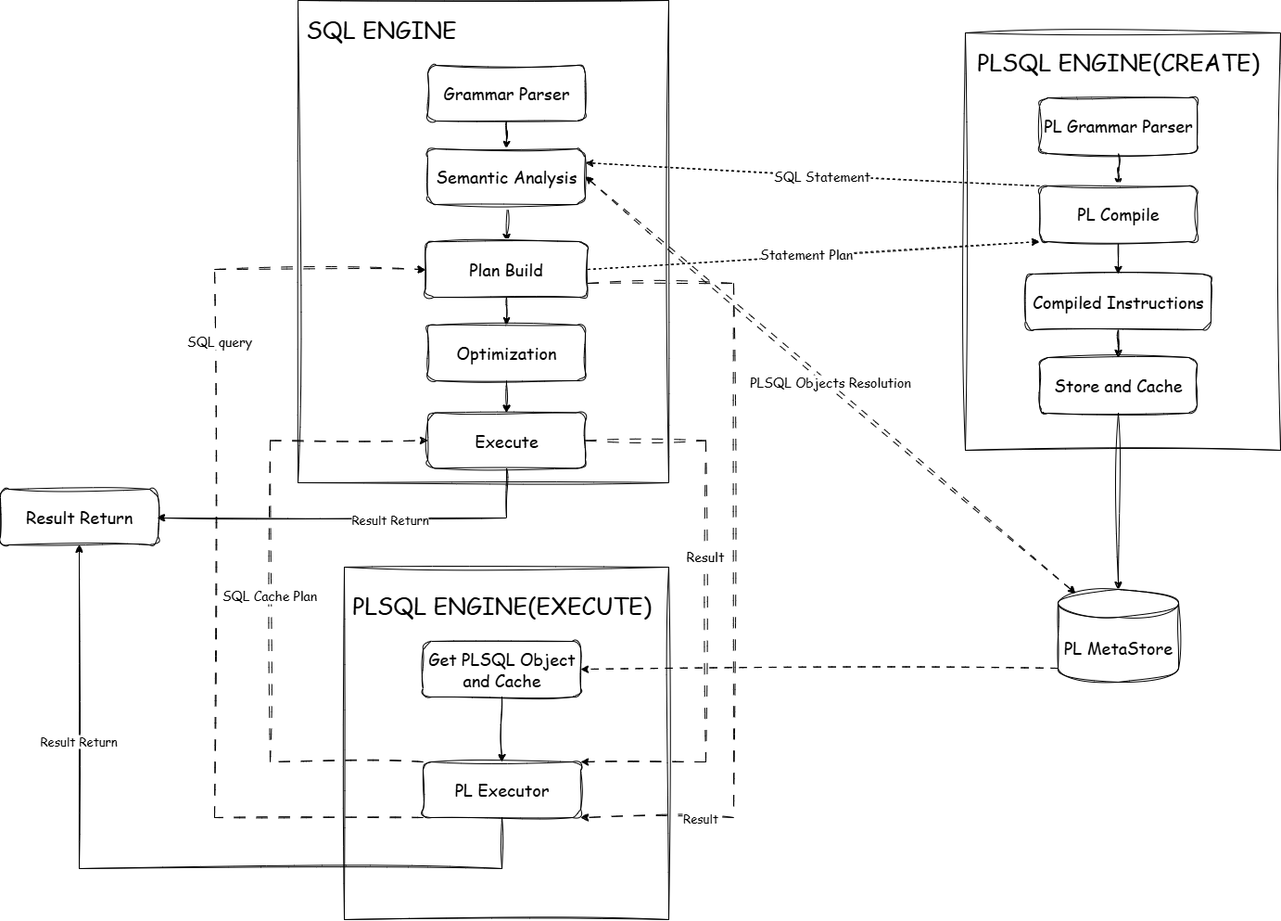
The draw.io diagram sql引擎与plsql引擎.drawio.png in eeyyee/flowchart, before a commit. Source tidied: cells renumbered, new cells last; positions are measured from the earlier drawing's top-left corner, leaving out a move shared by most shapes.
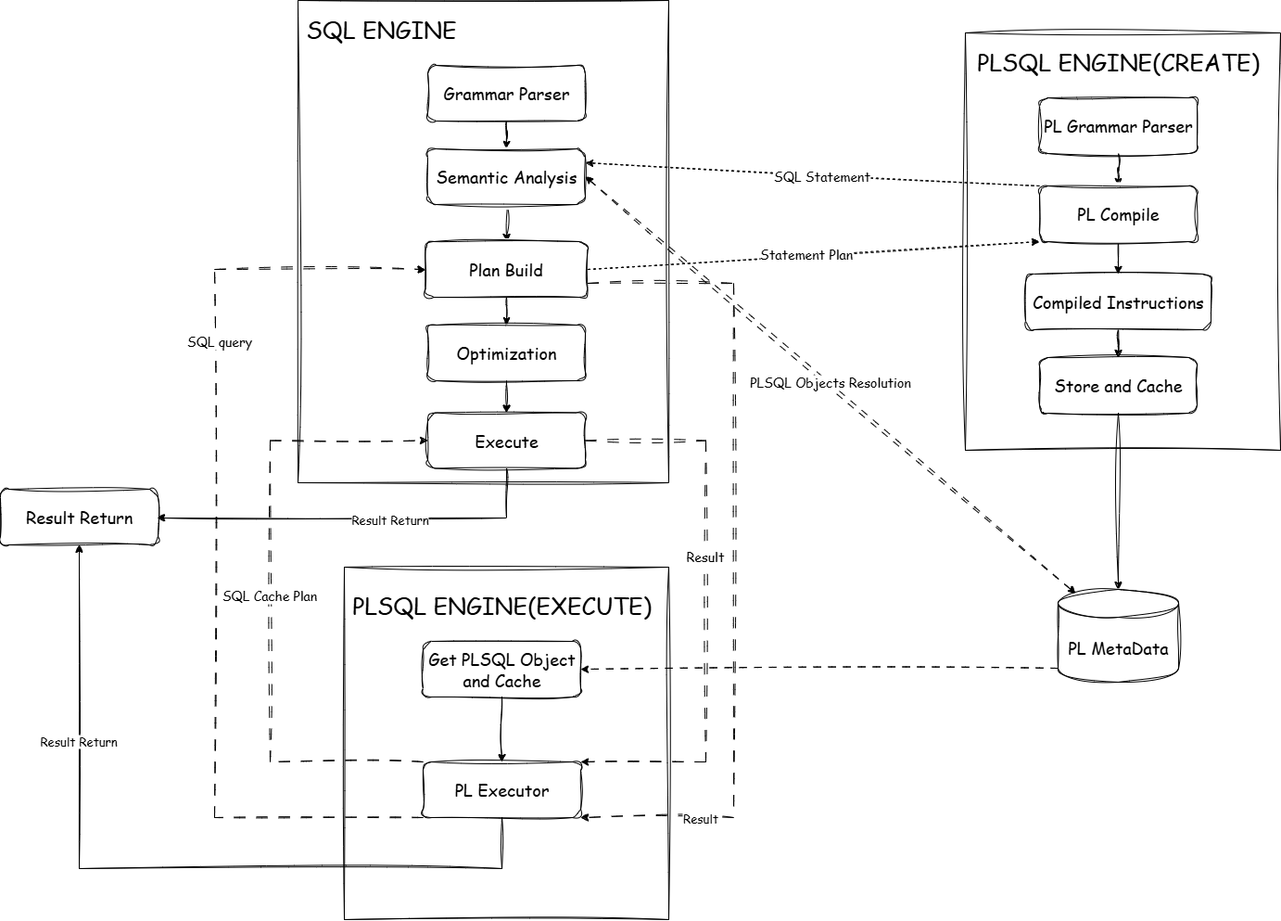
The same diagram one commit later.

Commit message:
已添加 sql引擎与plsql引擎.drawio.png

Diff of the diagram source:
```diff
@@ -101,7 +101,7 @@
     <mxCell id="34" style="rounded=0;sketch=1;hachureGap=4;jiggle=2;curveFitting=1;jettySize=auto;html=1;exitX=0;exitY=1;exitDx=0;exitDy=-15;exitPerimeter=0;entryX=1;entryY=0.5;entryDx=0;entryDy=0;fontFamily=Architects Daughter;fontSource=https%3A%2F%2Ffonts.googleapis.com%2Fcss%3Ffamily%3DArchitects%2BDaughter;dashed=1;dashPattern=8 8;" parent="1" edge="1" source="35" target="5">
       <mxGeometry relative="1" as="geometry" />
     </mxCell>
-    <mxCell id="35" value="&lt;font face=&quot;Comic Sans MS&quot; style=&quot;font-size: 18px;&quot;&gt;PL&amp;nbsp;MetaStore&lt;/font&gt;" style="shape=cylinder3;whiteSpace=wrap;html=1;boundedLbl=1;backgroundOutline=1;size=15;sketch=1;hachureGap=4;jiggle=2;curveFitting=1;fontFamily=Architects Daughter;fontSource=https%3A%2F%2Ffonts.googleapis.com%2Fcss%3Ffamily%3DArchitects%2BDaughter;" parent="1" vertex="1">
+    <mxCell id="35" value="&lt;font face=&quot;Comic Sans MS&quot; style=&quot;font-size: 18px;&quot;&gt;PL&amp;nbsp;MetaData&lt;/font&gt;" style="shape=cylinder3;whiteSpace=wrap;html=1;boundedLbl=1;backgroundOutline=1;size=15;sketch=1;hachureGap=4;jiggle=2;curveFitting=1;fontFamily=Architects Daughter;fontSource=https%3A%2F%2Ffonts.googleapis.com%2Fcss%3Ffamily%3DArchitects%2BDaughter;" parent="1" vertex="1">
       <mxGeometry x="1141" y="635" width="130" height="100" as="geometry" />
     </mxCell>
     <mxCell id="36" style="rounded=0;sketch=1;hachureGap=4;jiggle=2;curveFitting=1;jettySize=auto;html=1;entryX=0.5;entryY=0;entryDx=0;entryDy=0;fontFamily=Architects Daughter;fontSource=https%3A%2F%2Ffonts.googleapis.com%2Fcss%3Ffamily%3DArchitects%2BDaughter;exitX=0.5;exitY=1;exitDx=0;exitDy=0;entryPerimeter=0;" parent="1" edge="1" source="14" target="35">
```
